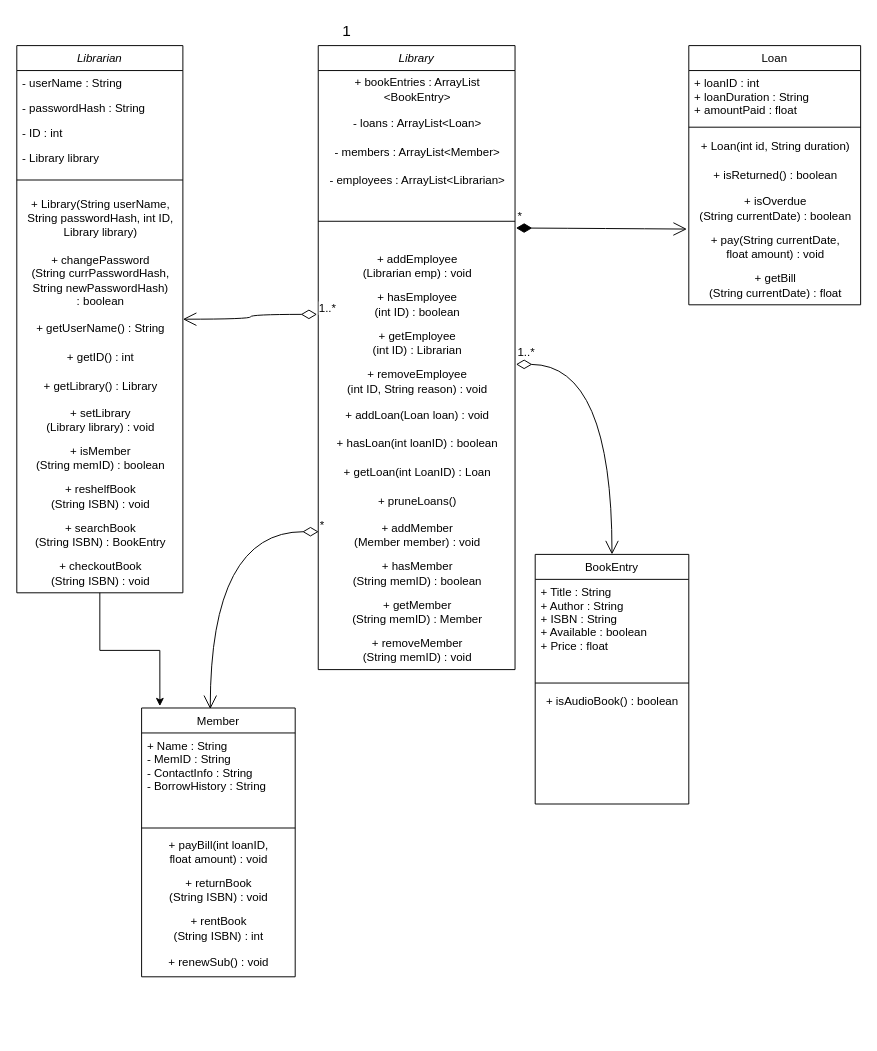
Earlier version of the draw.io diagram Untitled Diagram.drawio (Twpendleton/ClassUMLDiagram). Source tidied: cells renumbered, new cells numbered last; positions are measured from the earlier drawing's top-left corner, leaving out a move shared by most shapes. Both pictures are drawn from the tidied source at 96%, with x=0, y=0 at pixel (16, 16).
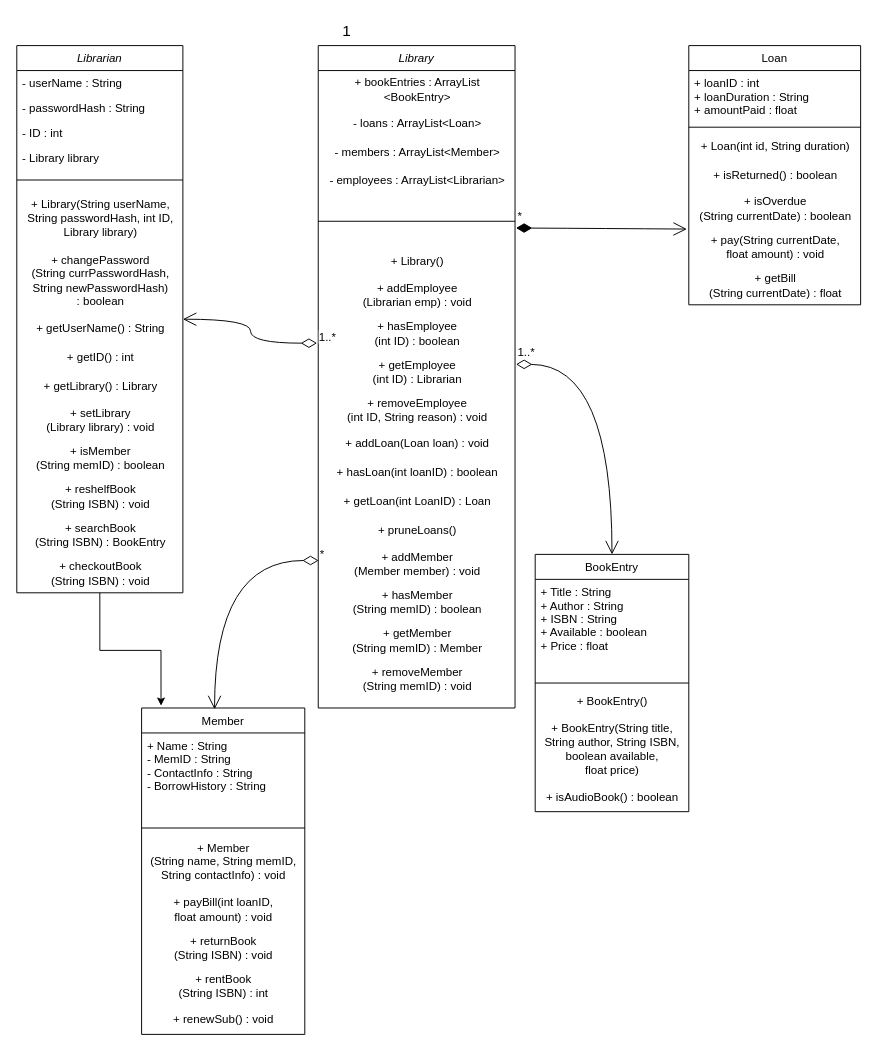
The same diagram, later.

What changed in the source:
```diff
@@
     <mxCell id="18" value="Member" style="swimlane;fontStyle=0;align=center;verticalAlign=top;horizontal=1;startSize=26;rounded=0;shadow=0;strokeWidth=1;" parent="1" vertex="1">
-      <mxGeometry x="130" y="720" width="160" height="280" as="geometry" />
+      <mxGeometry x="130" y="720" width="170" height="340" as="geometry" />
     </mxCell>
     <mxCell id="19" value="+ Name : String&#10;- MemID : String&#10;- ContactInfo : String&#10;- BorrowHistory : String&#10;" style="text;align=left;verticalAlign=top;spacingLeft=4;spacingRight=4;overflow=hidden;" parent="18" vertex="1">
-      <mxGeometry y="26" width="160" height="94" as="geometry" />
+      <mxGeometry y="26" width="170" height="94" as="geometry" />
     </mxCell>
     <mxCell id="20" style="line;html=1;strokeWidth=1;align=left;verticalAlign=middle;spacingTop=-1;spacingLeft=3;spacingRight=3;labelPosition=right;" parent="18" vertex="1">
-      <mxGeometry y="120" width="160" height="10" as="geometry" />
+      <mxGeometry y="120" width="170" height="10" as="geometry" />
     </mxCell>
-    <mxCell id="21" value="+ payBill(int loanID,&lt;div&gt;float amount) : void&lt;/div&gt;" style="text;html=1;align=center;verticalAlign=middle;strokeColor=none;fillColor=none;" parent="18" vertex="1">
-      <mxGeometry y="130" width="160" height="40" as="geometry" />
+    <mxCell id="21" value="+ Member&lt;div&gt;(String name, String memID,&lt;/div&gt;&lt;div&gt;&lt;span style=&quot;background-color: initial;&quot;&gt;String contactInfo&lt;/span&gt;&lt;span style=&quot;background-color: initial;&quot;&gt;) : void&lt;/span&gt;&lt;/div&gt;" style="text;html=1;align=center;verticalAlign=middle;strokeColor=none;fillColor=none;" parent="18" vertex="1">
+      <mxGeometry y="130" width="170" height="60" as="geometry" />
     </mxCell>
+    <mxCell id="61" value="+ payBill(int loanID,&lt;div&gt;float amount) : void&lt;/div&gt;" style="text;html=1;align=center;verticalAlign=middle;strokeColor=none;fillColor=none;" parent="18" vertex="1">
+      <mxGeometry y="190" width="170" height="40" as="geometry" />
+    </mxCell>
     <mxCell id="22" value="+ returnBook&lt;div&gt;(String ISBN) : void&lt;/div&gt;" style="text;html=1;align=center;verticalAlign=middle;strokeColor=none;fillColor=none;" parent="18" vertex="1">
-      <mxGeometry y="170" width="160" height="40" as="geometry" />
+      <mxGeometry y="230" width="170" height="40" as="geometry" />
     </mxCell>
     <mxCell id="23" value="+ rentBook&lt;div&gt;(String ISBN) : int&lt;/div&gt;" style="text;html=1;align=center;verticalAlign=middle;strokeColor=none;fillColor=none;" parent="18" vertex="1">
-      <mxGeometry y="210" width="160" height="40" as="geometry" />
+      <mxGeometry y="270" width="170" height="40" as="geometry" />
     </mxCell>
     <mxCell id="24" value="+ renewSub() : void" style="text;html=1;align=center;verticalAlign=middle;strokeColor=none;fillColor=none;" parent="18" vertex="1">
-      <mxGeometry y="250" width="160" height="30" as="geometry" />
+      <mxGeometry y="310" width="170" height="30" as="geometry" />
     </mxCell>
     <mxCell id="25" value="BookEntry" style="swimlane;fontStyle=0;align=center;verticalAlign=top;horizontal=1;startSize=26;rounded=0;shadow=0;strokeWidth=1;" parent="1" vertex="1">
-      <mxGeometry x="540" y="560" width="160" height="260" as="geometry" />
+      <mxGeometry x="540" y="560" width="160" height="268" as="geometry" />
     </mxCell>
@@
-    <mxCell id="28" value="+ isAudioBook() : boolean" style="text;html=1;align=center;verticalAlign=middle;strokeColor=none;fillColor=none;" parent="25" vertex="1">
+    <mxCell id="28" value="+ BookEntry()" style="text;html=1;align=center;verticalAlign=middle;strokeColor=none;fillColor=none;" parent="25" vertex="1">
       <mxGeometry y="138" width="160" height="30" as="geometry" />
     </mxCell>
+    <mxCell id="62" value="+ BookEntry(String title,&lt;div&gt;String author, String ISBN,&lt;/div&gt;&lt;div&gt;boolean available,&lt;/div&gt;&lt;div&gt;float price)&lt;/div&gt;" style="text;html=1;align=center;verticalAlign=middle;strokeColor=none;fillColor=none;" parent="25" vertex="1">
+      <mxGeometry y="168" width="160" height="70" as="geometry" />
+    </mxCell>
+    <mxCell id="63" value="+ isAudioBook() : boolean" style="text;html=1;align=center;verticalAlign=middle;strokeColor=none;fillColor=none;" parent="25" vertex="1">
+      <mxGeometry y="238" width="160" height="30" as="geometry" />
+    </mxCell>
@@
     <mxCell id="37" value="Library" style="swimlane;fontStyle=2;align=center;verticalAlign=top;horizontal=1;startSize=26;rounded=0;shadow=0;strokeWidth=1;" parent="1" vertex="1">
-      <mxGeometry x="314" y="30" width="205" height="650" as="geometry" />
+      <mxGeometry x="314" y="30" width="205" height="690" as="geometry" />
     </mxCell>
@@
+    <mxCell id="64" value="+ Library()" style="text;html=1;align=center;verticalAlign=middle;strokeColor=none;fillColor=none;" parent="37" vertex="1">
+      <mxGeometry y="210" width="205" height="30" as="geometry" />
+    </mxCell>
     <mxCell id="43" value="+ addEmployee&lt;div&gt;(Librarian emp)&amp;nbsp;&lt;span style=&quot;background-color: initial;&quot;&gt;: void&lt;/span&gt;&lt;/div&gt;" style="text;html=1;align=center;verticalAlign=middle;strokeColor=none;fillColor=none;" parent="37" vertex="1">
-      <mxGeometry y="210" width="205" height="40" as="geometry" />
+      <mxGeometry y="240" width="205" height="40" as="geometry" />
     </mxCell>
     <mxCell id="44" value="+ hasEmployee&lt;div&gt;(int ID) : boolean&lt;/div&gt;" style="text;html=1;align=center;verticalAlign=middle;points=[];strokeColor=none;fillColor=none;" parent="37" vertex="1">
-      <mxGeometry y="250" width="205" height="40" as="geometry" />
+      <mxGeometry y="280" width="205" height="40" as="geometry" />
     </mxCell>
     <mxCell id="45" value="+ getEmployee&lt;div&gt;(int ID)&amp;nbsp;&lt;span style=&quot;background-color: initial;&quot;&gt;: Librarian&lt;/span&gt;&lt;/div&gt;" style="text;html=1;align=center;verticalAlign=middle;strokeColor=none;fillColor=none;" parent="37" vertex="1">
-      <mxGeometry y="290" width="205" height="40" as="geometry" />
+      <mxGeometry y="320" width="205" height="40" as="geometry" />
     </mxCell>
     <mxCell id="46" value="+ removeEmployee&lt;div&gt;(int ID, String reason)&amp;nbsp;&lt;span style=&quot;background-color: initial;&quot;&gt;: void&lt;/span&gt;&lt;/div&gt;" style="text;html=1;align=center;verticalAlign=middle;strokeColor=none;fillColor=none;" parent="37" vertex="1">
-      <mxGeometry y="330" width="205" height="40" as="geometry" />
+      <mxGeometry y="360" width="205" height="40" as="geometry" />
     </mxCell>
     <mxCell id="47" value="+ addLoan(Loan loan) : void" style="text;html=1;align=center;verticalAlign=middle;strokeColor=none;fillColor=none;" parent="37" vertex="1">
-      <mxGeometry y="370" width="205" height="30" as="geometry" />
+      <mxGeometry y="400" width="205" height="30" as="geometry" />
     </mxCell>
     <mxCell id="48" value="+ hasLoan(int loanID) : boolean" style="text;html=1;align=center;verticalAlign=middle;strokeColor=none;fillColor=none;" parent="37" vertex="1">
-      <mxGeometry y="400" width="205" height="30" as="geometry" />
+      <mxGeometry y="430" width="205" height="30" as="geometry" />
     </mxCell>
     <mxCell id="49" value="+ getLoan(int LoanID) : Loan" style="text;html=1;align=center;verticalAlign=middle;strokeColor=none;fillColor=none;" parent="37" vertex="1">
-      <mxGeometry y="430" width="205" height="30" as="geometry" />
+      <mxGeometry y="460" width="205" height="30" as="geometry" />
     </mxCell>
     <mxCell id="50" value="+ pruneLoans()" style="text;html=1;align=center;verticalAlign=middle;strokeColor=none;fillColor=none;" parent="37" vertex="1">
-      <mxGeometry y="460" width="205" height="30" as="geometry" />
+      <mxGeometry y="490" width="205" height="30" as="geometry" />
     </mxCell>
     <mxCell id="51" value="+ addMember&lt;div&gt;(Member member) : void&lt;/div&gt;" style="text;html=1;align=center;verticalAlign=middle;points=[];strokeColor=none;fillColor=none;" parent="37" vertex="1">
-      <mxGeometry y="490" width="205" height="40" as="geometry" />
+      <mxGeometry y="520" width="205" height="40" as="geometry" />
     </mxCell>
     <mxCell id="52" value="+ hasMember&lt;div&gt;(String memID) : boolean&lt;/div&gt;" style="text;html=1;align=center;verticalAlign=middle;strokeColor=none;fillColor=none;" parent="37" vertex="1">
-      <mxGeometry y="530" width="205" height="40" as="geometry" />
+      <mxGeometry y="560" width="205" height="40" as="geometry" />
     </mxCell>
     <mxCell id="53" value="+ getMember&lt;div&gt;(String memID) : Member&lt;/div&gt;" style="text;html=1;align=center;verticalAlign=middle;strokeColor=none;fillColor=none;" parent="37" vertex="1">
-      <mxGeometry y="570" width="205" height="40" as="geometry" />
+      <mxGeometry y="600" width="205" height="40" as="geometry" />
     </mxCell>
     <mxCell id="54" value="+ removeMember&lt;div&gt;(String memID) : void&lt;/div&gt;" style="text;html=1;align=center;verticalAlign=middle;strokeColor=none;fillColor=none;" parent="37" vertex="1">
-      <mxGeometry y="610" width="205" height="40" as="geometry" />
+      <mxGeometry y="640" width="205" height="40" as="geometry" />
     </mxCell>
```
